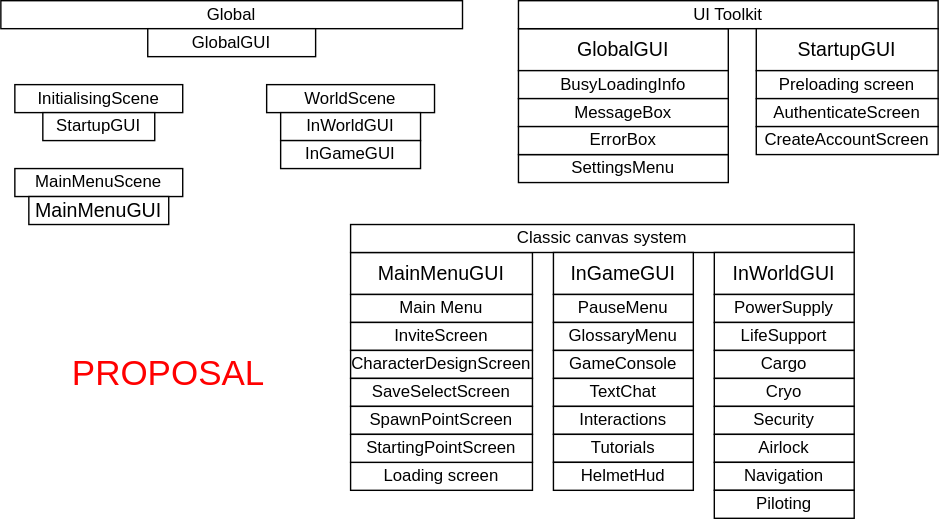
Before: documentation/res/UISetup.drawio.svg, a diagram exported from draw.io (OpenHellion/openhellion.github.io). Source tidied: cells renumbered, new cells last; positions are measured from the earlier drawing's top-left corner, leaving out a move shared by most shapes.
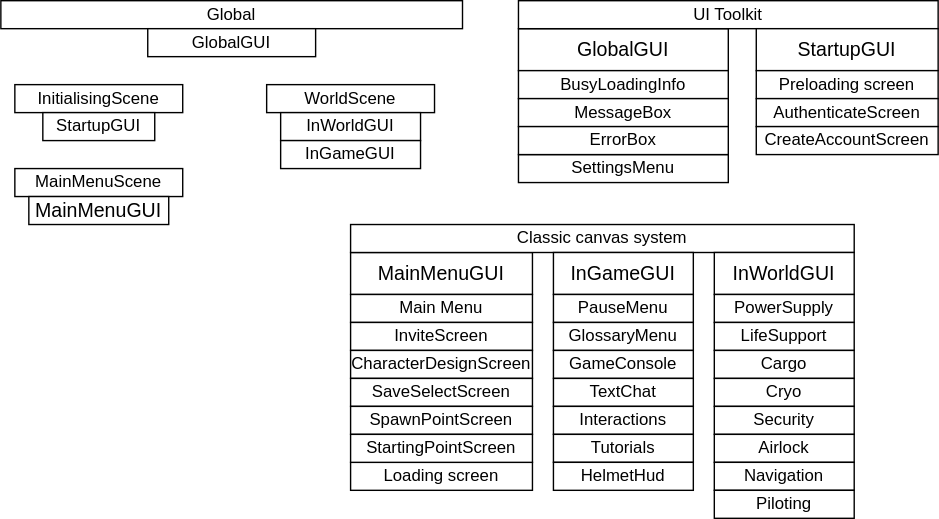
The same diagram one commit later.

Change to the diagram source:
```diff
@@ -77,9 +77,6 @@
     <mxCell id="26" value="StartingPointScreen" style="rounded=0;whiteSpace=wrap;html=1;" parent="1" vertex="1">
       <mxGeometry x="250" y="310" width="130" height="20" as="geometry" />
     </mxCell>
-    <mxCell id="27" value="&lt;font style=&quot;font-size: 25px;&quot; color=&quot;#ff0000&quot;&gt;PROPOSAL&lt;/font&gt;" style="text;html=1;strokeColor=none;fillColor=none;align=center;verticalAlign=middle;whiteSpace=wrap;rounded=0;" parent="1" vertex="1">
-      <mxGeometry x="50" y="250" width="140" height="30" as="geometry" />
-    </mxCell>
     <mxCell id="28" value="SettingsMenu" style="rounded=0;whiteSpace=wrap;html=1;" parent="1" vertex="1">
       <mxGeometry x="370" y="110" width="150" height="20" as="geometry" />
     </mxCell>
```
